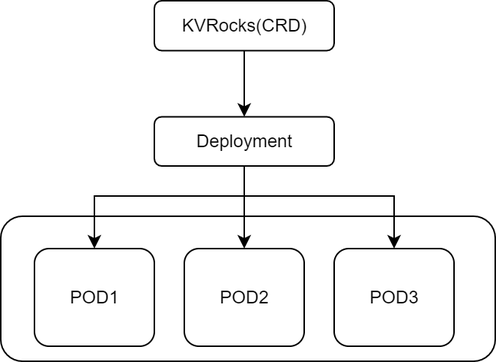
The draw.io diagram docs/images/sentinel.png in RocksLabs/kvrocks-operator, before a commit. Source tidied: cells renumbered, new cells last; positions are measured from the earlier drawing's top-left corner, leaving out a move shared by most shapes.
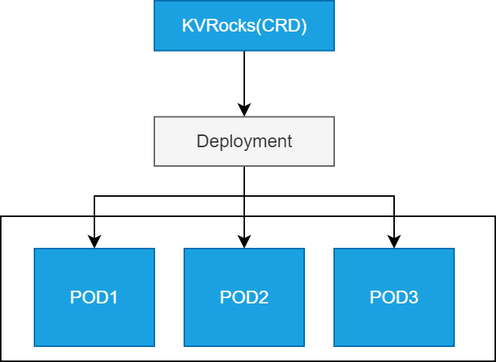
Later version of the same file.

What changed in the source:
```diff
@@ -2,13 +2,13 @@
   <root>
     <mxCell id="0" />
     <mxCell id="1" parent="0" />
-    <mxCell id="2" style="rounded=1;whiteSpace=wrap;html=1;" parent="1" vertex="1">
+    <mxCell id="2" style="rounded=0;whiteSpace=wrap;html=1;" parent="1" vertex="1">
       <mxGeometry y="143.5" width="330" height="96.5" as="geometry" />
     </mxCell>
     <mxCell id="3" style="edgeStyle=orthogonalEdgeStyle;rounded=0;jettySize=auto;html=1;" parent="1" edge="1" source="4" target="8">
       <mxGeometry relative="1" as="geometry" />
     </mxCell>
-    <mxCell id="4" value="KVRocks(CRD)" style="rounded=1;whiteSpace=wrap;html=1;" parent="1" vertex="1">
+    <mxCell id="4" value="KVRocks(CRD)" style="rounded=0;whiteSpace=wrap;html=1;fillColor=#1ba1e2;fontColor=#ffffff;strokeColor=#006EAF;" parent="1" vertex="1">
       <mxGeometry x="102.5" width="120" height="33.2" as="geometry" />
     </mxCell>
     <mxCell id="5" style="edgeStyle=orthogonalEdgeStyle;rounded=0;jettySize=auto;html=1;" parent="1" edge="1" source="8" target="9">
@@ -30,16 +30,16 @@
         </Array>
       </mxGeometry>
     </mxCell>
-    <mxCell id="8" value="Deployment" style="whiteSpace=wrap;html=1;rounded=1;" parent="1" vertex="1">
+    <mxCell id="8" value="Deployment" style="whiteSpace=wrap;html=1;rounded=0;fillColor=#f5f5f5;fontColor=#333333;strokeColor=#666666;" parent="1" vertex="1">
       <mxGeometry x="102.5" y="77.3" width="120" height="32.7" as="geometry" />
     </mxCell>
-    <mxCell id="9" value="POD1" style="whiteSpace=wrap;html=1;rounded=1;" parent="1" vertex="1">
+    <mxCell id="9" value="POD1" style="whiteSpace=wrap;html=1;rounded=0;fillColor=#1ba1e2;fontColor=#ffffff;strokeColor=#006EAF;" parent="1" vertex="1">
       <mxGeometry x="22.5" y="165" width="80" height="65" as="geometry" />
     </mxCell>
-    <mxCell id="10" value="POD2" style="whiteSpace=wrap;html=1;rounded=1;" parent="1" vertex="1">
+    <mxCell id="10" value="POD2" style="whiteSpace=wrap;html=1;rounded=0;fillColor=#1ba1e2;fontColor=#ffffff;strokeColor=#006EAF;" parent="1" vertex="1">
       <mxGeometry x="122.5" y="165" width="80" height="65" as="geometry" />
     </mxCell>
-    <mxCell id="11" value="POD3" style="whiteSpace=wrap;html=1;rounded=1;" parent="1" vertex="1">
+    <mxCell id="11" value="POD3" style="whiteSpace=wrap;html=1;rounded=0;fillColor=#1ba1e2;fontColor=#ffffff;strokeColor=#006EAF;" parent="1" vertex="1">
       <mxGeometry x="222.5" y="165" width="80" height="65" as="geometry" />
     </mxCell>
   </root>
```
